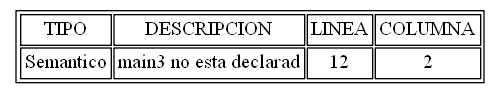
Above: ESemanticos.png in AndreeAvalos/OLC2-AUGUS (Graphviz), before the change. Its source is kept beside it as ESemanticos.dot.
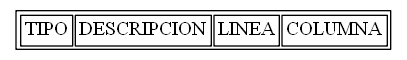
The same diagram one commit later.

Diff of the diagram source:
```diff
@@ -3,7 +3,6 @@
 graph [bb="0,0,352,154"];
 arset [label=<<TABLE ALIGN="LEFT">
 <TR><TD>TIPO</TD><TD>DESCRIPCION</TD><TD>LINEA</TD><TD>COLUMNA</TD></TR>
-<TR><TD>Semantico</TD><TD>main3 no esta declarad</TD><TD>12</TD><TD>2</TD></TR>
 </TABLE>
 >, ];
 }
```
